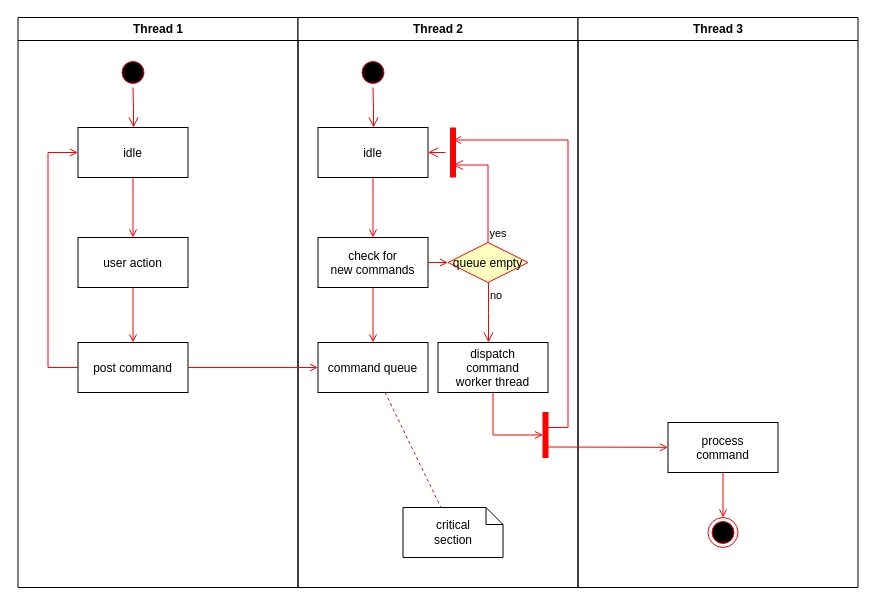
This is aomdv/Untitled Diagram.drawio from qikoo/ns2.35, a draw.io file, before an edit. Source tidied: cells renumbered, new cells numbered last; positions are measured from the earlier drawing's top-left corner, leaving out a move shared by most shapes. Both pictures are drawn from the tidied source at 100%, with x=0, y=0 at pixel (17, 17).
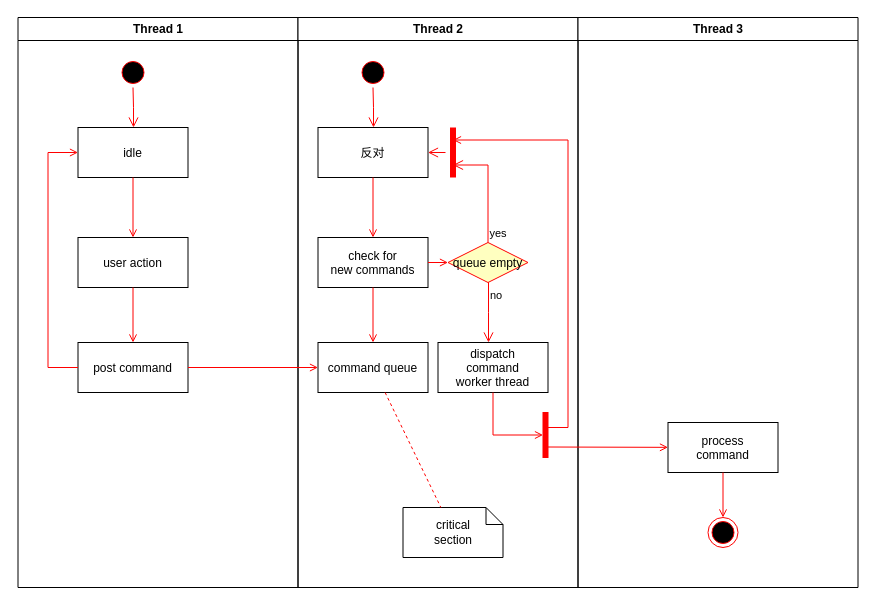
After the change.

The change refers to these unchanged cells:
```xml
<mxCell id="11" value="Thread 2" style="swimlane;whiteSpace=wrap;" parent="1" vertex="1">
  <mxGeometry x="280.5" width="280" height="570" as="geometry" />
</mxCell>
```

Change to the diagram source:
```diff
@@
-    <mxCell id="14" value="idle" parent="11" vertex="1">
+    <mxCell id="14" value="反对" parent="11" vertex="1">
       <mxGeometry x="20" y="110" width="110" height="50" as="geometry" />
     </mxCell>
```
